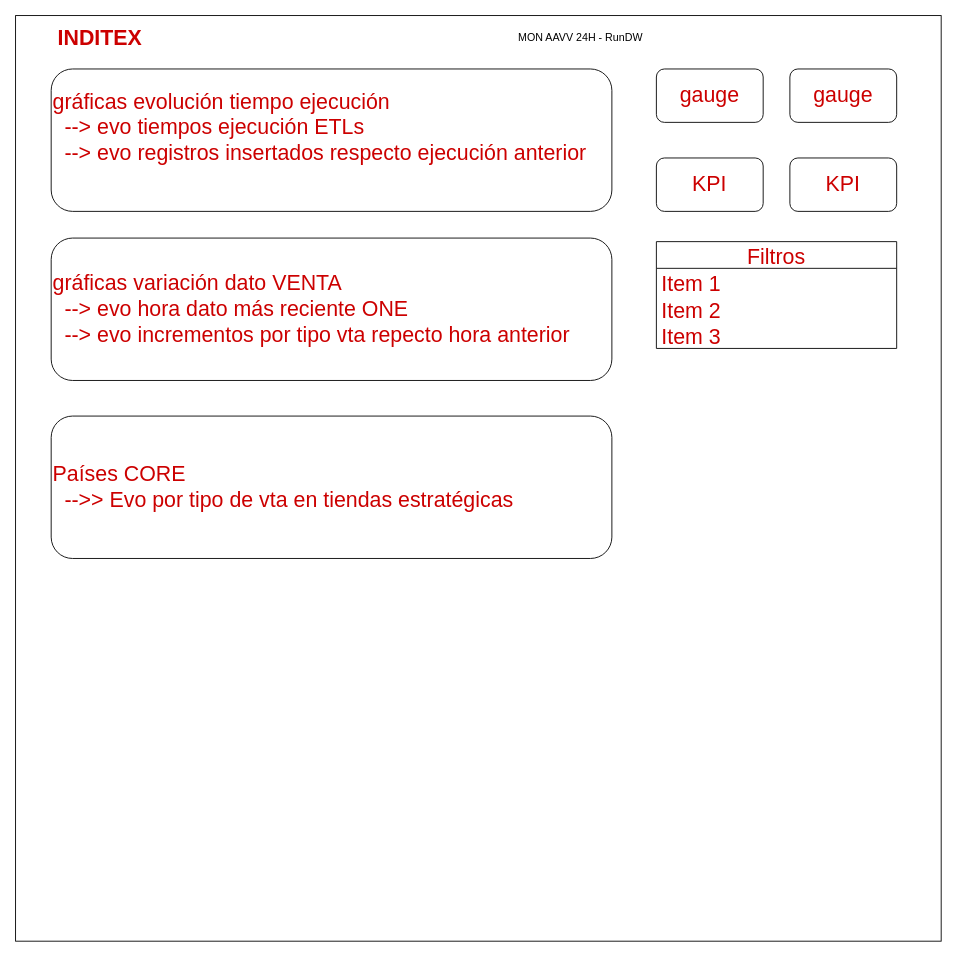
Above: Mockup_AAVV24h.drawio in efmpacheco/DIAGRAMS (draw.io), before the change. Source tidied: cells renumbered, new cells numbered last; positions are measured from the earlier drawing's top-left corner, leaving out a move shared by most shapes. Both pictures are drawn from the tidied source at 89%, with x=0, y=0 at pixel (15, 15).
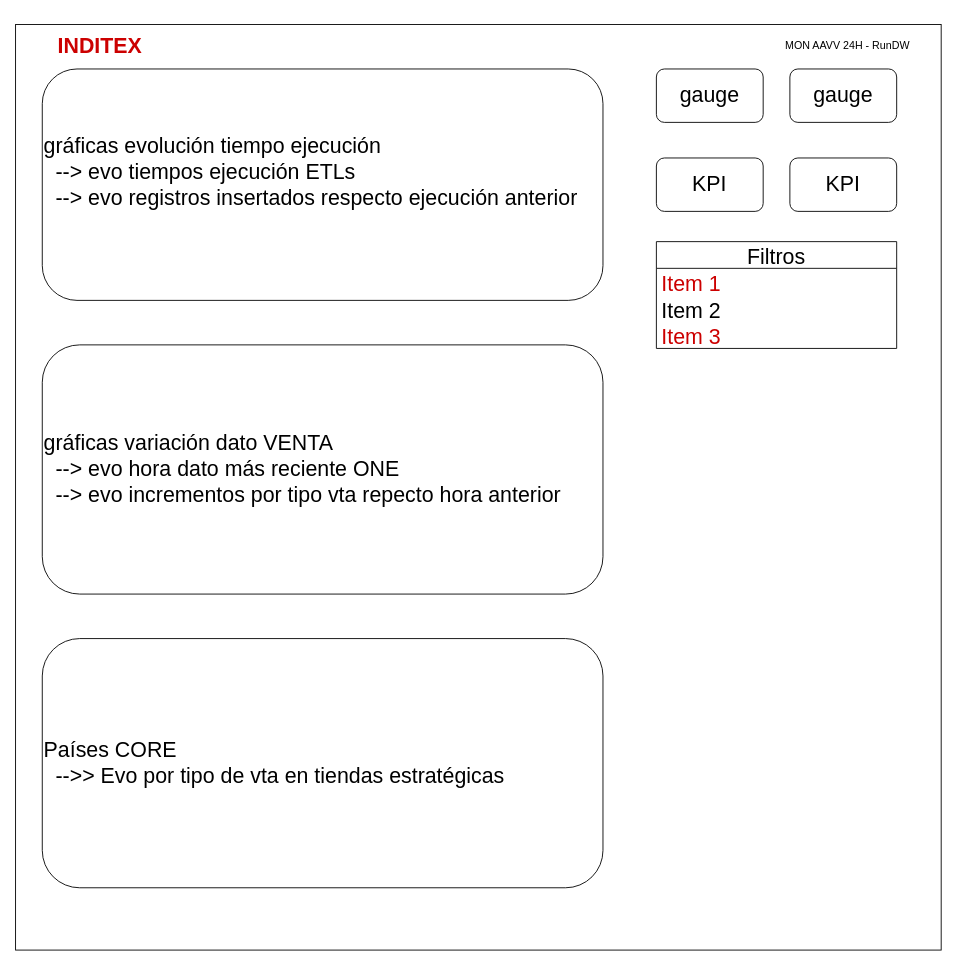
The same diagram, later.

Change to the diagram source:
```diff
@@
 <mxGraphModel>
   <root>
     <mxCell id="0" />
     <mxCell id="1" parent="0" />
     <mxCell id="2" style="whiteSpace=wrap;html=1;" parent="1" vertex="1">
-      <mxGeometry width="1040" height="1040" as="geometry" />
+      <mxGeometry y="10" width="1040" height="1040" as="geometry" />
     </mxCell>
     <mxCell id="3" value="MON AAVV 24H - RunDW" style="text;html=1;strokeColor=none;fillColor=none;align=center;verticalAlign=middle;whiteSpace=wrap;rounded=0;" parent="1" vertex="1">
-      <mxGeometry x="560" y="10" width="150" height="30" as="geometry" />
+      <mxGeometry x="860" y="19" width="150" height="30" as="geometry" />
     </mxCell>
     <mxCell id="4" value="INDITEX" style="text;html=1;align=center;verticalAlign=middle;whiteSpace=wrap;rounded=0;fontStyle=1;fontSize=24;fontColor=#CC0000;" parent="1" vertex="1">
-      <mxGeometry x="20" y="10" width="150" height="30" as="geometry" />
+      <mxGeometry x="20" y="19" width="150" height="30" as="geometry" />
     </mxCell>
-    <mxCell id="5" value="gráficas evolución tiempo ejecución&lt;br&gt;&amp;nbsp; --&amp;gt; evo tiempos ejecución ETLs&lt;br&gt;&amp;nbsp; --&amp;gt; evo registros insertados respecto ejecución anterior&lt;br&gt;&lt;br&gt;" style="rounded=1;whiteSpace=wrap;html=1;fontSize=24;fontColor=#CC0000;align=left;" parent="1" vertex="1">
-      <mxGeometry x="40" y="60" width="630" height="160" as="geometry" />
+    <mxCell id="5" value="gráficas evolución tiempo ejecución&lt;br&gt;&amp;nbsp; --&amp;gt; evo tiempos ejecución ETLs&lt;br&gt;&amp;nbsp; --&amp;gt; evo registros insertados respecto ejecución anterior&lt;br&gt;&lt;br&gt;" style="rounded=1;whiteSpace=wrap;html=1;fontSize=24;fontColor=#000000;align=left;" parent="1" vertex="1">
+      <mxGeometry x="30" y="60" width="630" height="260" as="geometry" />
     </mxCell>
-    <mxCell id="6" value="gráficas variación dato VENTA&lt;br&gt;&amp;nbsp; --&amp;gt; evo hora dato más reciente ONE&lt;br&gt;&amp;nbsp; --&amp;gt; evo incrementos por tipo vta repecto hora anterior&lt;br&gt;" style="rounded=1;whiteSpace=wrap;html=1;fontSize=24;fontColor=#CC0000;align=left;" parent="1" vertex="1">
-      <mxGeometry x="40" y="250" width="630" height="160" as="geometry" />
+    <mxCell id="6" value="gráficas variación dato VENTA&lt;br&gt;&amp;nbsp; --&amp;gt; evo hora dato más reciente ONE&lt;br&gt;&amp;nbsp; --&amp;gt; evo incrementos por tipo vta repecto hora anterior&lt;br&gt;" style="rounded=1;whiteSpace=wrap;html=1;fontSize=24;fontColor=#000000;align=left;" parent="1" vertex="1">
+      <mxGeometry x="30" y="370" width="630" height="280" as="geometry" />
     </mxCell>
-    <mxCell id="7" value="Países CORE&lt;br&gt;&amp;nbsp; --&amp;gt;&amp;gt; Evo por tipo de vta en tiendas estratégicas&lt;br&gt;" style="rounded=1;whiteSpace=wrap;html=1;fontSize=24;fontColor=#CC0000;align=left;" parent="1" vertex="1">
-      <mxGeometry x="40" y="450" width="630" height="160" as="geometry" />
+    <mxCell id="7" value="Países CORE&lt;br&gt;&amp;nbsp; --&amp;gt;&amp;gt; Evo por tipo de vta en tiendas estratégicas&lt;br&gt;" style="rounded=1;whiteSpace=wrap;html=1;fontSize=24;fontColor=#000000;align=left;" parent="1" vertex="1">
+      <mxGeometry x="30" y="700" width="630" height="280" as="geometry" />
     </mxCell>
-    <mxCell id="8" value="gauge" style="rounded=1;whiteSpace=wrap;html=1;fontSize=24;fontColor=#CC0000;" parent="1" vertex="1">
+    <mxCell id="8" value="gauge" style="rounded=1;whiteSpace=wrap;html=1;fontSize=24;fontColor=#000000;" parent="1" vertex="1">
       <mxGeometry x="720" y="60" width="120" height="60" as="geometry" />
     </mxCell>
-    <mxCell id="9" value="KPI" style="rounded=1;whiteSpace=wrap;html=1;fontSize=24;fontColor=#CC0000;" parent="1" vertex="1">
+    <mxCell id="9" value="KPI" style="rounded=1;whiteSpace=wrap;html=1;fontSize=24;fontColor=#000000;" parent="1" vertex="1">
       <mxGeometry x="870" y="160" width="120" height="60" as="geometry" />
     </mxCell>
-    <mxCell id="10" value="gauge" style="rounded=1;whiteSpace=wrap;html=1;fontSize=24;fontColor=#CC0000;" parent="1" vertex="1">
+    <mxCell id="10" value="gauge" style="rounded=1;whiteSpace=wrap;html=1;fontSize=24;fontColor=#000000;" parent="1" vertex="1">
       <mxGeometry x="870" y="60" width="120" height="60" as="geometry" />
     </mxCell>
-    <mxCell id="11" value="KPI" style="rounded=1;whiteSpace=wrap;html=1;fontSize=24;fontColor=#CC0000;" parent="1" vertex="1">
+    <mxCell id="11" value="KPI" style="rounded=1;whiteSpace=wrap;html=1;fontSize=24;fontColor=#000000;" parent="1" vertex="1">
       <mxGeometry x="720" y="160" width="120" height="60" as="geometry" />
     </mxCell>
-    <mxCell id="12" value="Filtros" style="swimlane;fontStyle=0;horizontal=1;startSize=30;fontSize=24;fontColor=#CC0000;" parent="1" vertex="1">
+    <mxCell id="12" value="Filtros" style="swimlane;fontStyle=0;horizontal=1;startSize=30;fontSize=24;fontColor=#000000;" parent="1" vertex="1">
       <mxGeometry x="720" y="254" width="270" height="120" as="geometry" />
     </mxCell>
     <mxCell id="13" value="Item 1" style="text;strokeColor=none;fillColor=none;align=left;verticalAlign=middle;spacingLeft=4;spacingRight=4;overflow=hidden;fontSize=24;fontColor=#CC0000;" parent="12" vertex="1">
       <mxGeometry y="30" width="270" height="30" as="geometry" />
     </mxCell>
-    <mxCell id="14" value="Item 2" style="text;strokeColor=none;fillColor=none;align=left;verticalAlign=middle;spacingLeft=4;spacingRight=4;overflow=hidden;fontSize=24;fontColor=#CC0000;" parent="12" vertex="1">
+    <mxCell id="14" value="Item 2" style="text;strokeColor=none;fillColor=none;align=left;verticalAlign=middle;spacingLeft=4;spacingRight=4;overflow=hidden;fontSize=24;fontColor=#000000;" parent="12" vertex="1">
       <mxGeometry y="60" width="270" height="30" as="geometry" />
     </mxCell>
     <mxCell id="15" value="Item 3" style="text;strokeColor=none;fillColor=none;align=left;verticalAlign=middle;spacingLeft=4;spacingRight=4;overflow=hidden;fontSize=24;fontColor=#CC0000;" parent="12" vertex="1">
       <mxGeometry y="90" width="270" height="30" as="geometry" />
     </mxCell>
   </root>
 </mxGraphModel>
```
